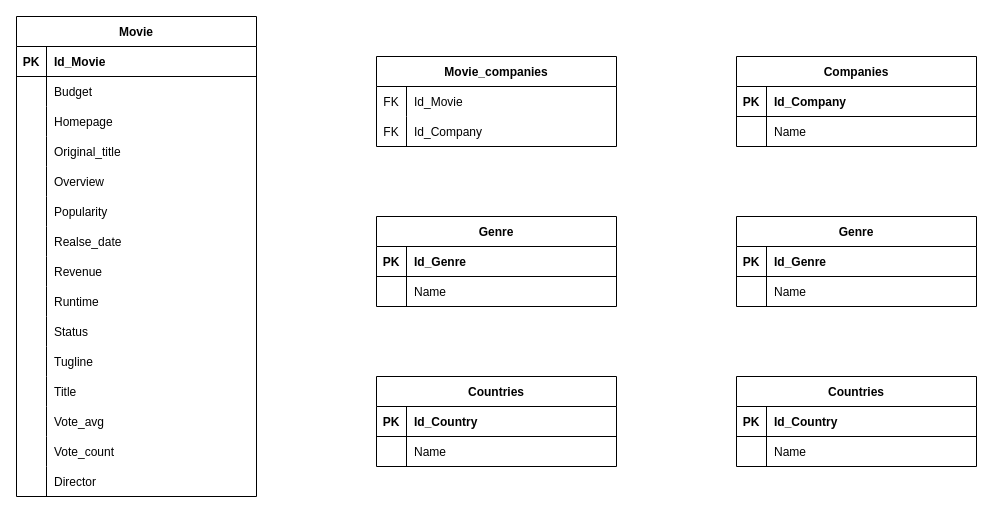
rubenjz/Base-de-Datos keeps this draw.io diagram as Modelo Logico.drawio. Above is the earlier version. Source tidied: cells renumbered, new cells numbered last; positions are measured from the earlier drawing's top-left corner, leaving out a move shared by most shapes. Both pictures are drawn from the tidied source at 100%, with x=0, y=0 at pixel (16, 16).
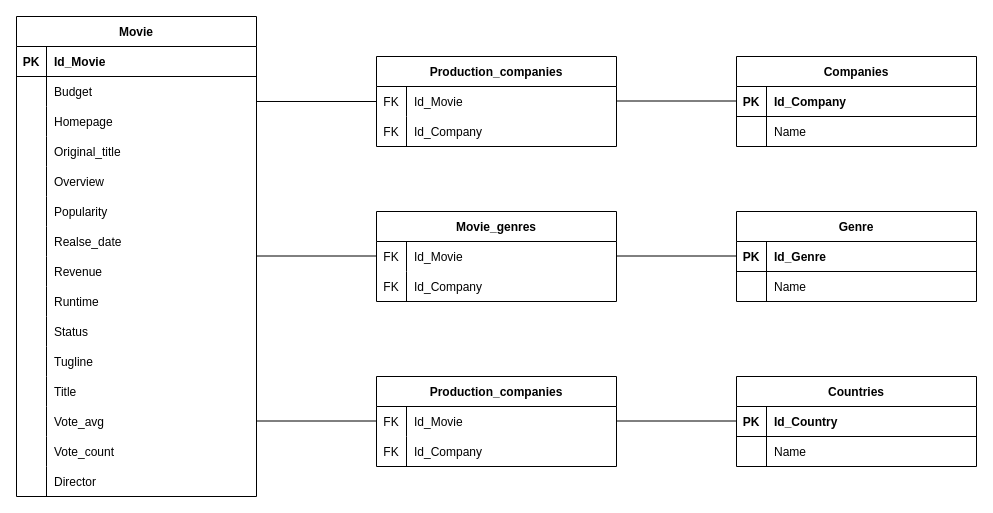
Above is the later version.

The change refers to these unchanged cells:
```xml
<mxCell id="6" style="shape=partialRectangle;fillColor=none;points=[[0,0.5],[1,0.5]];portConstraint=eastwest;top=0;left=0;right=0;bottom=0;" parent="2" vertex="1">
  <mxGeometry y="60" width="240" height="30" as="geometry" />
</mxCell>
<mxCell id="70" style="shape=partialRectangle;fillColor=none;points=[[0,0.5],[1,0.5]];portConstraint=eastwest;top=0;left=0;right=0;bottom=0;" parent="69" vertex="1">
  <mxGeometry y="30" width="240" height="30" as="geometry" />
</mxCell>
```

Change to the diagram source:
```diff
@@
     <mxCell id="55" value="Genre" style="shape=table;startSize=30;childLayout=tableLayout;rowLines=0;fontStyle=1;align=center;" parent="1" vertex="1">
-      <mxGeometry x="720" y="200" width="240" height="90" as="geometry" />
+      <mxGeometry x="720" y="195" width="240" height="90" as="geometry" />
     </mxCell>
@@
-    <mxCell id="69" value="Movie_companies" style="shape=table;startSize=30;childLayout=tableLayout;rowLines=0;fontStyle=1;align=center;" parent="1" vertex="1">
+    <mxCell id="69" value="Production_companies" style="shape=table;startSize=30;childLayout=tableLayout;rowLines=0;fontStyle=1;align=center;" parent="1" vertex="1">
       <mxGeometry x="360" y="40" width="240" height="90" as="geometry" />
     </mxCell>
@@
-    <mxCell id="76" value="Genre" style="shape=table;startSize=30;childLayout=tableLayout;rowLines=0;fontStyle=1;align=center;" parent="1" vertex="1">
-      <mxGeometry x="360" y="200" width="240" height="90" as="geometry" />
-    </mxCell>
-    <mxCell id="77" style="shape=partialRectangle;fillColor=none;top=0;left=0;right=0;bottom=1;" parent="76" vertex="1">
-      <mxGeometry y="30" width="240" height="30" as="geometry" />
-    </mxCell>
-    <mxCell id="78" value="PK" style="shape=partialRectangle;overflow=hidden;fillColor=none;top=0;left=0;bottom=0;right=0;fontStyle=1;" parent="77" vertex="1">
-      <mxGeometry width="30" height="30" as="geometry" />
-    </mxCell>
-    <mxCell id="79" value="Id_Genre " style="shape=partialRectangle;overflow=hidden;fillColor=none;top=0;left=0;bottom=0;right=0;align=left;spacingLeft=6;fontStyle=1;" parent="77" vertex="1">
-      <mxGeometry x="30" width="210" height="30" as="geometry" />
-    </mxCell>
-    <mxCell id="80" style="shape=partialRectangle;fillColor=none;top=0;left=0;right=0;bottom=0;" parent="76" vertex="1">
-      <mxGeometry y="60" width="240" height="30" as="geometry" />
-    </mxCell>
-    <mxCell id="81" style="shape=partialRectangle;overflow=hidden;fillColor=none;top=0;left=0;bottom=0;right=0;" parent="80" vertex="1">
-      <mxGeometry width="30" height="30" as="geometry" />
-    </mxCell>
-    <mxCell id="82" value="Name" style="shape=partialRectangle;overflow=hidden;fillColor=none;top=0;left=0;bottom=0;right=0;align=left;spacingLeft=6;" parent="80" vertex="1">
-      <mxGeometry x="30" width="210" height="30" as="geometry" />
-    </mxCell>
-    <mxCell id="83" value="Countries" style="shape=table;startSize=30;childLayout=tableLayout;rowLines=0;fontStyle=1;align=center;" parent="1" vertex="1">
-      <mxGeometry x="360" y="360" width="240" height="90" as="geometry" />
-    </mxCell>
-    <mxCell id="84" style="shape=partialRectangle;fillColor=none;top=0;left=0;right=0;bottom=1;" parent="83" vertex="1">
-      <mxGeometry y="30" width="240" height="30" as="geometry" />
-    </mxCell>
-    <mxCell id="85" value="PK" style="shape=partialRectangle;overflow=hidden;fillColor=none;top=0;left=0;bottom=0;right=0;fontStyle=1;" parent="84" vertex="1">
-      <mxGeometry width="30" height="30" as="geometry" />
-    </mxCell>
-    <mxCell id="86" value="Id_Country " style="shape=partialRectangle;overflow=hidden;fillColor=none;top=0;left=0;bottom=0;right=0;align=left;spacingLeft=6;fontStyle=1;" parent="84" vertex="1">
-      <mxGeometry x="30" width="210" height="30" as="geometry" />
-    </mxCell>
-    <mxCell id="87" style="shape=partialRectangle;fillColor=none;top=0;left=0;right=0;bottom=0;" parent="83" vertex="1">
-      <mxGeometry y="60" width="240" height="30" as="geometry" />
-    </mxCell>
-    <mxCell id="88" style="shape=partialRectangle;overflow=hidden;fillColor=none;top=0;left=0;bottom=0;right=0;" parent="87" vertex="1">
-      <mxGeometry width="30" height="30" as="geometry" />
-    </mxCell>
-    <mxCell id="89" value="Name" style="shape=partialRectangle;overflow=hidden;fillColor=none;top=0;left=0;bottom=0;right=0;align=left;spacingLeft=6;" parent="87" vertex="1">
-      <mxGeometry x="30" width="210" height="30" as="geometry" />
-    </mxCell>
+    <mxCell id="90" style="endArrow=none;html=1;rounded=0;exitX=1;exitY=0.833;exitDx=0;exitDy=0;entryX=0;entryY=0.5;entryDx=0;entryDy=0;exitPerimeter=0;" parent="1" edge="1" source="6" target="70">
+      <mxGeometry relative="1" as="geometry" />
+    </mxCell>
+    <mxCell id="91" style="endArrow=none;html=1;rounded=0;exitX=1;exitY=0.833;exitDx=0;exitDy=0;entryX=0;entryY=0.5;entryDx=0;entryDy=0;exitPerimeter=0;" parent="1" edge="1">
+      <mxGeometry relative="1" as="geometry">
+        <mxPoint x="600" y="84.5" as="sourcePoint" />
+        <mxPoint x="720" y="84.5" as="targetPoint" />
+      </mxGeometry>
+    </mxCell>
+    <mxCell id="92" style="endArrow=none;html=1;rounded=0;exitX=1;exitY=0.833;exitDx=0;exitDy=0;entryX=0;entryY=0.5;entryDx=0;entryDy=0;exitPerimeter=0;" parent="1" edge="1">
+      <mxGeometry relative="1" as="geometry">
+        <mxPoint x="240" y="404.5" as="sourcePoint" />
+        <mxPoint x="360" y="404.5" as="targetPoint" />
+      </mxGeometry>
+    </mxCell>
+    <mxCell id="93" style="endArrow=none;html=1;rounded=0;exitX=1;exitY=0.833;exitDx=0;exitDy=0;entryX=0;entryY=0.5;entryDx=0;entryDy=0;exitPerimeter=0;" parent="1" edge="1">
+      <mxGeometry relative="1" as="geometry">
+        <mxPoint x="600" y="239.5" as="sourcePoint" />
+        <mxPoint x="720" y="239.5" as="targetPoint" />
+      </mxGeometry>
+    </mxCell>
+    <mxCell id="94" style="endArrow=none;html=1;rounded=0;exitX=1;exitY=0.833;exitDx=0;exitDy=0;entryX=0;entryY=0.5;entryDx=0;entryDy=0;exitPerimeter=0;" parent="1" edge="1">
+      <mxGeometry relative="1" as="geometry">
+        <mxPoint x="600" y="404.5" as="sourcePoint" />
+        <mxPoint x="720" y="404.5" as="targetPoint" />
+      </mxGeometry>
+    </mxCell>
+    <mxCell id="95" style="endArrow=none;html=1;rounded=0;exitX=1;exitY=0.833;exitDx=0;exitDy=0;entryX=0;entryY=0.5;entryDx=0;entryDy=0;exitPerimeter=0;" parent="1" edge="1">
+      <mxGeometry relative="1" as="geometry">
+        <mxPoint x="240" y="239.5" as="sourcePoint" />
+        <mxPoint x="360" y="239.5" as="targetPoint" />
+      </mxGeometry>
+    </mxCell>
+    <mxCell id="96" value="Movie_genres" style="shape=table;startSize=30;childLayout=tableLayout;rowLines=0;fontStyle=1;align=center;" parent="1" vertex="1">
+      <mxGeometry x="360" y="195" width="240" height="90" as="geometry" />
+    </mxCell>
+    <mxCell id="97" style="shape=partialRectangle;fillColor=none;top=0;left=0;right=0;bottom=0;" parent="96" vertex="1">
+      <mxGeometry y="30" width="240" height="30" as="geometry" />
+    </mxCell>
+    <mxCell id="98" value="FK" style="shape=partialRectangle;overflow=hidden;fillColor=none;top=0;left=0;bottom=0;right=0;" parent="97" vertex="1">
+      <mxGeometry width="30" height="30" as="geometry" />
+    </mxCell>
+    <mxCell id="99" value="Id_Movie" style="shape=partialRectangle;overflow=hidden;fillColor=none;top=0;left=0;bottom=0;right=0;align=left;spacingLeft=6;" parent="97" vertex="1">
+      <mxGeometry x="30" width="210" height="30" as="geometry" />
+    </mxCell>
+    <mxCell id="100" style="shape=partialRectangle;fillColor=none;top=0;left=0;right=0;bottom=0;" parent="96" vertex="1">
+      <mxGeometry y="60" width="240" height="30" as="geometry" />
+    </mxCell>
+    <mxCell id="101" value="FK" style="shape=partialRectangle;overflow=hidden;fillColor=none;top=0;left=0;bottom=0;right=0;" parent="100" vertex="1">
+      <mxGeometry width="30" height="30" as="geometry" />
+    </mxCell>
+    <mxCell id="102" value="Id_Company" style="shape=partialRectangle;overflow=hidden;fillColor=none;top=0;left=0;bottom=0;right=0;align=left;spacingLeft=6;" parent="100" vertex="1">
+      <mxGeometry x="30" width="210" height="30" as="geometry" />
+    </mxCell>
+    <mxCell id="103" value="Production_companies" style="shape=table;startSize=30;childLayout=tableLayout;rowLines=0;fontStyle=1;align=center;" parent="1" vertex="1">
+      <mxGeometry x="360" y="360" width="240" height="90" as="geometry" />
+    </mxCell>
+    <mxCell id="104" style="shape=partialRectangle;fillColor=none;top=0;left=0;right=0;bottom=0;" parent="103" vertex="1">
+      <mxGeometry y="30" width="240" height="30" as="geometry" />
+    </mxCell>
+    <mxCell id="105" value="FK" style="shape=partialRectangle;overflow=hidden;fillColor=none;top=0;left=0;bottom=0;right=0;" parent="104" vertex="1">
+      <mxGeometry width="30" height="30" as="geometry" />
+    </mxCell>
+    <mxCell id="106" value="Id_Movie" style="shape=partialRectangle;overflow=hidden;fillColor=none;top=0;left=0;bottom=0;right=0;align=left;spacingLeft=6;" parent="104" vertex="1">
+      <mxGeometry x="30" width="210" height="30" as="geometry" />
+    </mxCell>
+    <mxCell id="107" style="shape=partialRectangle;fillColor=none;top=0;left=0;right=0;bottom=0;" parent="103" vertex="1">
+      <mxGeometry y="60" width="240" height="30" as="geometry" />
+    </mxCell>
+    <mxCell id="108" value="FK" style="shape=partialRectangle;overflow=hidden;fillColor=none;top=0;left=0;bottom=0;right=0;" parent="107" vertex="1">
+      <mxGeometry width="30" height="30" as="geometry" />
+    </mxCell>
+    <mxCell id="109" value="Id_Company" style="shape=partialRectangle;overflow=hidden;fillColor=none;top=0;left=0;bottom=0;right=0;align=left;spacingLeft=6;" parent="107" vertex="1">
+      <mxGeometry x="30" width="210" height="30" as="geometry" />
+    </mxCell>
```
